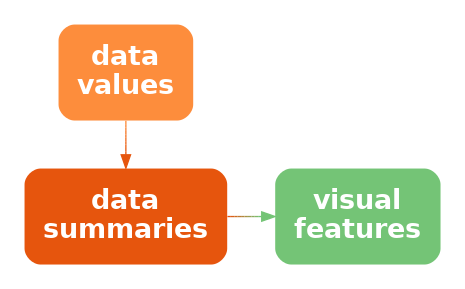
The Graphviz diagram Diagrams/stat-vis.png in pmur002/hdvw, before a commit. Its source is kept beside it as Diagrams/stat-vis.dot.
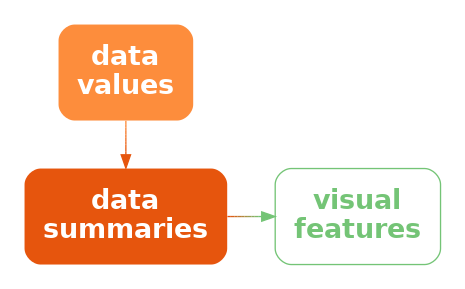
The same file after the commit.

Change to the diagram source:
```diff
@@ -4,8 +4,8 @@
   data [ label="data\nvalues"; shape=box; style="filled, rounded"; penwidth=0; fontcolor=white; fillcolor="#FD8D3C" ]
   stat [ label="data\nsummaries"; shape=box; style="filled, rounded"; penwidth=0; fontcolor=white; fillcolor="#E6550D" ]
   vis [ label="visual\nfeatures"; shape=box;
-     style="filled, rounded"; penwidth=0; fontcolor=white; fillcolor="#74C476" ]
-  data -> stat [ color="#FD8D3C;0.1:#FA8737;0.1:#F88132;0.1:#F57A2C;0.1:#F37427;0.1:#F06E22;0.1:#EE681D;0.1:#EB6117;0.1:#E95B12;0.1:#E6550D;0.1" ]
-  stat -> vis [ color="#E6550D;0.1:#D96119;0.1:#CD6E24;0.1:#C07A30;0.1:#B3863C;0.1:#A79347;0.1:#9A9F53;0.1:#8DAB5F;0.1:#81B86A;0.1:#74C476;0.1" ]
+     style="rounded"; color="#74C476"; fontcolor="#74C476" ]
+  data -> stat [ style="solid"; penwidth=1; color="#FD8D3C;0.1:#FA8737;0.1:#F88132;0.1:#F57A2C;0.1:#F37427;0.1:#F06E22;0.1:#EE681D;0.1:#EB6117;0.1:#E95B12;0.1:#E6550D;0.1" ]
+  stat -> vis [ style="bold"; penwidth=1; color="#E6550D;0.1:#D96119;0.1:#CD6E24;0.1:#C07A30;0.1:#B3863C;0.1:#A79347;0.1:#9A9F53;0.1:#8DAB5F;0.1:#81B86A;0.1:#74C476;0.1" ]
 { rank=same; data, stat }
 }
```
